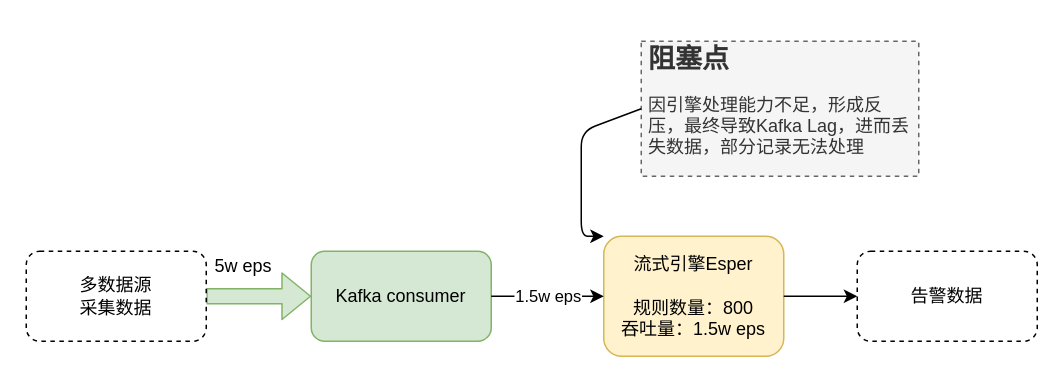
Above: Untitled Diagram.drawio in popvlovs/popvlovs-repository (draw.io), before the change. Source tidied: cells renumbered, new cells numbered last; positions are measured from the earlier drawing's top-left corner, leaving out a move shared by most shapes. Both pictures are drawn from the tidied source at 150%, with x=0, y=0 at pixel (26, 40).
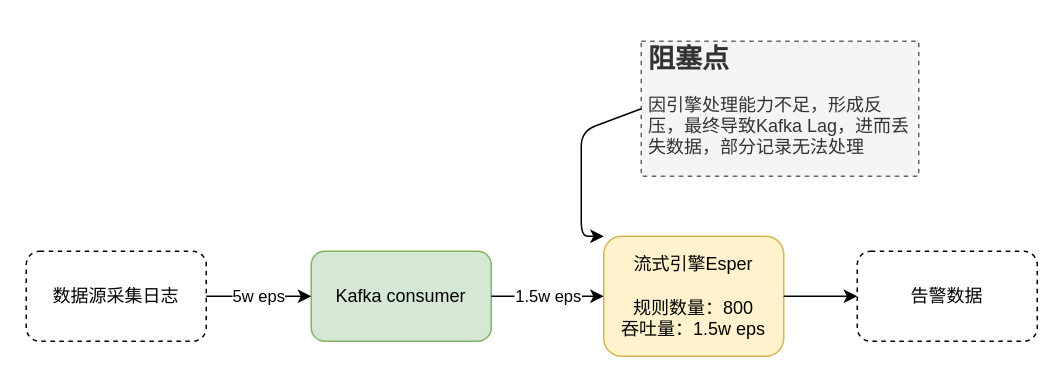
The same diagram, later.

The edit, as a diff of the source:
```diff
@@
 <mxGraphModel>
   <root>
     <mxCell id="0" />
     <mxCell id="1" parent="0" />
     <mxCell id="2" value="Kafka consumer" style="rounded=1;whiteSpace=wrap;html=1;fillColor=#d5e8d4;strokeColor=#82b366;" parent="1" vertex="1">
       <mxGeometry x="190" y="140" width="120" height="60" as="geometry" />
     </mxCell>
     <mxCell id="3" value="流式引擎Esper&lt;br&gt;&lt;br&gt;规则数量：800&lt;br&gt;吞吐量：1.5w eps" style="rounded=1;whiteSpace=wrap;html=1;fillColor=#fff2cc;strokeColor=#d6b656;" parent="1" vertex="1">
       <mxGeometry x="385" y="130" width="120" height="80" as="geometry" />
     </mxCell>
     <mxCell id="4" value="1.5w eps" style="endArrow=classic;html=1;exitX=1;exitY=0.5;exitDx=0;exitDy=0;entryX=0;entryY=0.5;entryDx=0;entryDy=0;" parent="1" edge="1" source="2" target="3">
       <mxGeometry relative="1" as="geometry">
         <Array as="points">
           <mxPoint x="340" y="170" />
         </Array>
       </mxGeometry>
     </mxCell>
-    <mxCell id="5" style="shape=flexArrow;endArrow=classic;html=1;fillColor=#d5e8d4;strokeColor=#82b366;" parent="1" edge="1">
-      <mxGeometry relative="1" as="geometry">
-        <mxPoint x="120" y="170" as="sourcePoint" />
-        <mxPoint x="190" y="170" as="targetPoint" />
-      </mxGeometry>
-    </mxCell>
-    <mxCell id="6" value="5w eps" style="text;html=1;strokeColor=none;fillColor=none;align=center;verticalAlign=middle;whiteSpace=wrap;rounded=0;" parent="1" vertex="1">
-      <mxGeometry x="120" y="140" width="50" height="20" as="geometry" />
-    </mxCell>
-    <mxCell id="7" value="多数据源&lt;br&gt;采集数据" style="rounded=1;whiteSpace=wrap;html=1;dashed=1;" parent="1" vertex="1">
+    <mxCell id="7" value="数据源采集日志" style="rounded=1;whiteSpace=wrap;html=1;dashed=1;" parent="1" vertex="1">
       <mxGeometry y="140" width="120" height="60" as="geometry" />
     </mxCell>
     <mxCell id="8" value="告警数据" style="rounded=1;whiteSpace=wrap;html=1;dashed=1;" parent="1" vertex="1">
       <mxGeometry x="554" y="140" width="120" height="60" as="geometry" />
     </mxCell>
     <mxCell id="9" style="endArrow=classic;html=1;exitX=1;exitY=0.5;exitDx=0;exitDy=0;entryX=0;entryY=0.5;entryDx=0;entryDy=0;" parent="1" edge="1" source="3" target="8">
       <mxGeometry relative="1" as="geometry" />
     </mxCell>
     <mxCell id="10" value="&lt;h1 style=&quot;font-size: 18px&quot;&gt;&lt;font style=&quot;font-size: 18px&quot;&gt;阻塞点&lt;/font&gt;&lt;/h1&gt;&lt;p&gt;&lt;font style=&quot;font-size: 12px&quot;&gt;因引擎处理能力不足，形成反压，最终导致Kafka Lag，进而丢失数据，部分记录无法处理&lt;/font&gt;&lt;/p&gt;" style="text;html=1;strokeColor=#666666;fillColor=#f5f5f5;spacing=5;spacingTop=-20;whiteSpace=wrap;overflow=hidden;rounded=0;dashed=1;fontColor=#333333;" parent="1" vertex="1">
       <mxGeometry x="410" width="185" height="90" as="geometry" />
     </mxCell>
     <mxCell id="11" style="endArrow=classic;html=1;exitX=0;exitY=0.5;exitDx=0;exitDy=0;entryX=0;entryY=0;entryDx=0;entryDy=0;" parent="1" edge="1" source="10" target="3">
       <mxGeometry relative="1" as="geometry">
         <Array as="points">
           <mxPoint x="370" y="60" />
           <mxPoint x="370" y="130" />
         </Array>
       </mxGeometry>
     </mxCell>
+    <mxCell id="6" value="5w eps" style="endArrow=classic;html=1;exitX=1;exitY=0.5;exitDx=0;exitDy=0;entryX=0;entryY=0.5;entryDx=0;entryDy=0;" parent="1" edge="1" source="7" target="2">
+      <mxGeometry relative="1" as="geometry" />
+    </mxCell>
   </root>
 </mxGraphModel>
```
